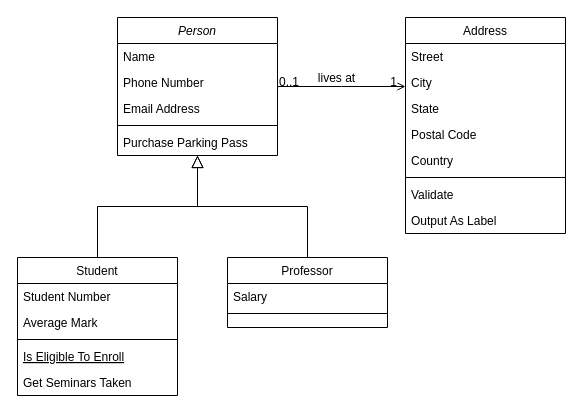
Earlier version of the draw.io diagram Untitled Diagram.drawio (smithevanb/smithevanb). Source tidied: cells renumbered, new cells numbered last; positions are measured from the earlier drawing's top-left corner, leaving out a move shared by most shapes. Both pictures are drawn from the tidied source at 100%, with x=0, y=0 at pixel (17, 17).
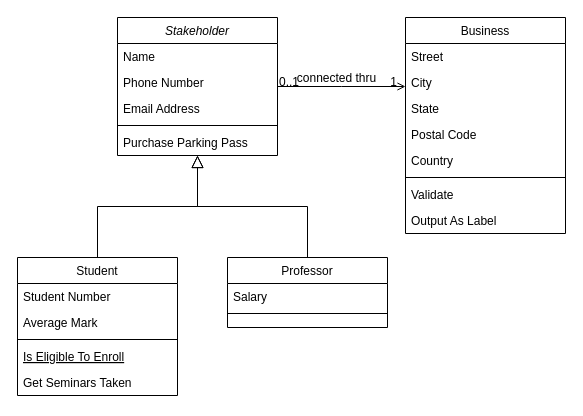
After the change.

Unchanged cells that the change refers to:
```xml
<mxCell id="28" style="endArrow=open;shadow=0;strokeWidth=1;rounded=0;endFill=1;edgeStyle=elbowEdgeStyle;elbow=vertical;" parent="1" edge="1" source="2" target="19">
  <mxGeometry x="0.5" y="41" relative="1" as="geometry">
    <mxPoint x="-40" y="32" as="offset" />
  </mxGeometry>
</mxCell>
```

Change to the diagram source:
```diff
@@
-    <mxCell id="2" value="Person" style="swimlane;fontStyle=2;align=center;verticalAlign=top;horizontal=1;startSize=26;rounded=0;shadow=0;strokeWidth=1;" parent="1" vertex="1">
+    <mxCell id="2" value="Stakeholder" style="swimlane;fontStyle=2;align=center;verticalAlign=top;horizontal=1;startSize=26;rounded=0;shadow=0;strokeWidth=1;" parent="1" vertex="1">
       <mxGeometry x="100" width="160" height="138" as="geometry" />
     </mxCell>
@@
-    <mxCell id="19" value="Address" style="swimlane;fontStyle=0;align=center;verticalAlign=top;horizontal=1;startSize=26;rounded=0;shadow=0;strokeWidth=1;" parent="1" vertex="1">
+    <mxCell id="19" value="Business" style="swimlane;fontStyle=0;align=center;verticalAlign=top;horizontal=1;startSize=26;rounded=0;shadow=0;strokeWidth=1;" parent="1" vertex="1">
       <mxGeometry x="388" width="160" height="216" as="geometry" />
     </mxCell>
@@
-    <mxCell id="31" value="lives at" style="text;html=1;align=center;verticalAlign=middle;labelBackgroundColor=none;rounded=0;shadow=0;strokeWidth=1;fontSize=12;" parent="28" vertex="1">
+    <mxCell id="31" value="connected thru" style="text;html=1;align=center;verticalAlign=middle;labelBackgroundColor=none;rounded=0;shadow=0;strokeWidth=1;fontSize=12;" parent="28" vertex="1">
       <mxGeometry x="0.5" y="49" relative="1" as="geometry">
         <mxPoint x="-38" y="40" as="offset" />
       </mxGeometry>
     </mxCell>
```
